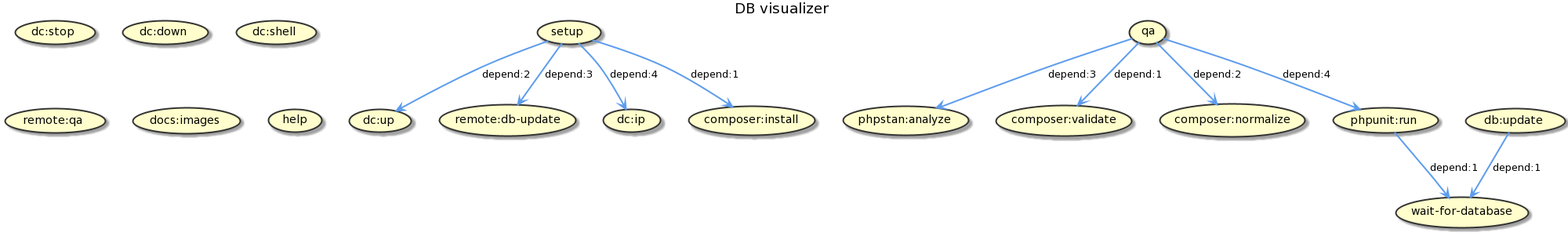
Before: docs/images/build.png, a diagram exported from PlantUML (jawira/db-draw).
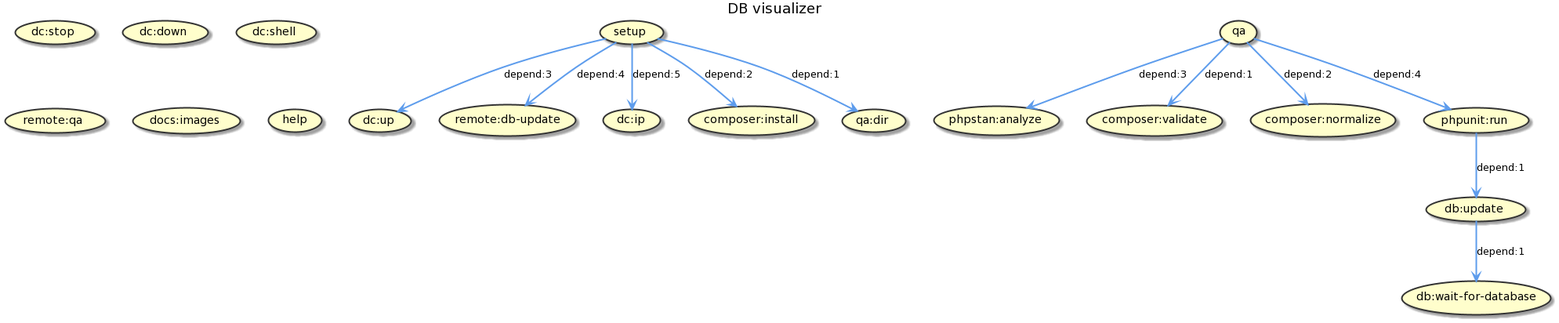
After the change.

Diff of the diagram source:
```diff
@@ -23,18 +23,20 @@
 (composer:install)
 (docs:images)
 (phpunit:run)
-(wait-for-database)
+(db:wait-for-database)
+(qa:dir)
 (help)
 
 
-(setup) -[#5D9CEC]-> (composer:install) : depend:1
-(setup) -[#5D9CEC]-> (dc:up) : depend:2
-(setup) -[#5D9CEC]-> (remote:db-update) : depend:3
-(setup) -[#5D9CEC]-> (dc:ip) : depend:4
+(setup) -[#5D9CEC]-> (qa:dir) : depend:1
+(setup) -[#5D9CEC]-> (composer:install) : depend:2
+(setup) -[#5D9CEC]-> (dc:up) : depend:3
+(setup) -[#5D9CEC]-> (remote:db-update) : depend:4
+(setup) -[#5D9CEC]-> (dc:ip) : depend:5
 (qa) -[#5D9CEC]-> (composer:validate) : depend:1
 (qa) -[#5D9CEC]-> (composer:normalize) : depend:2
 (qa) -[#5D9CEC]-> (phpstan:analyze) : depend:3
 (qa) -[#5D9CEC]-> (phpunit:run) : depend:4
-(db:update) -[#5D9CEC]-> (wait-for-database) : depend:1
-(phpunit:run) -[#5D9CEC]-> (wait-for-database) : depend:1
+(db:update) -[#5D9CEC]-> (db:wait-for-database) : depend:1
+(phpunit:run) -[#5D9CEC]-> (db:update) : depend:1
 @enduml
```
